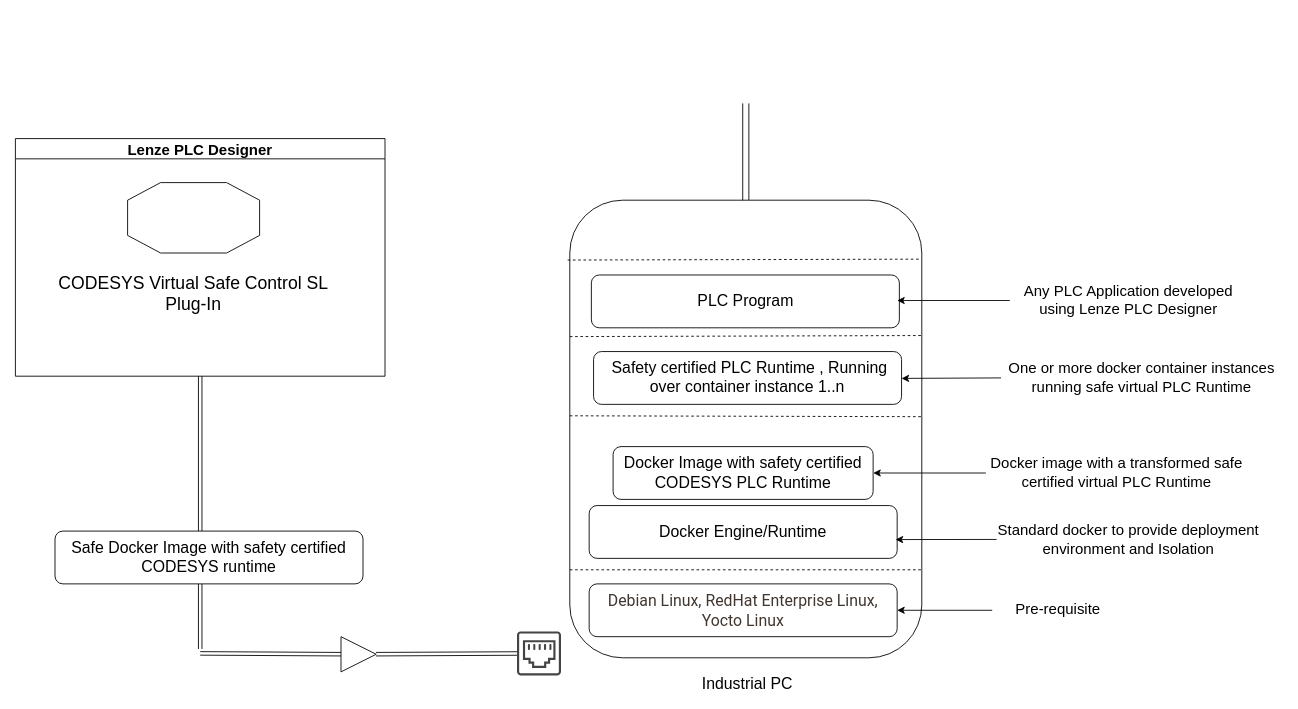
The draw.io diagram CODESYS Virtual Safe Control SL.drawio in praful-hunde/Diagrams, before the edit. Source tidied: cells renumbered, new cells numbered last; positions are measured from the earlier drawing's top-left corner, leaving out a move shared by most shapes. Both pictures are drawn from the tidied source at 88%, with x=0, y=0 at pixel (15, 103).
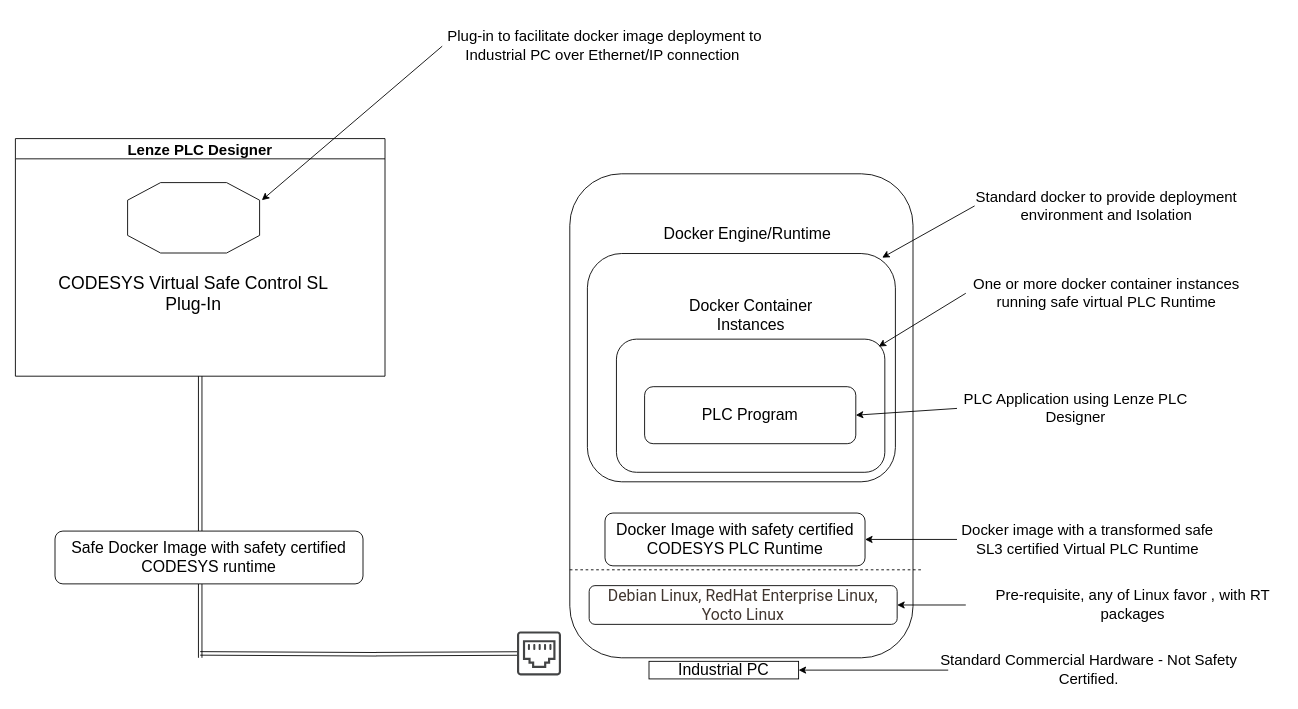
The same page after the edit.

The change refers to these unchanged cells:
```xml
<mxCell id="3" value="Lenze PLC Designer" style="swimlane;fontSize=17;" parent="1" vertex="1">
  <mxGeometry y="40" width="420" height="270" as="geometry" />
</mxCell>
<mxCell id="4" value="&lt;h2 style=&quot;text-wrap-mode: wrap; box-sizing: border-box; font-family: Montserrat, sans-serif; line-height: 1.1; color: rgb(51, 51, 51); margin-top: 20px; margin-bottom: 10px; text-align: start; background-color: rgb(255, 255, 255);&quot;&gt;&lt;br&gt;&lt;/h2&gt;" style="verticalLabelPosition=bottom;verticalAlign=top;html=1;shape=mxgraph.basic.polygon;polyCoords=[[0.25,0],[0.75,0],[1,0.25],[1,0.75],[0.75,1],[0.25,1],[0,0.75],[0,0.25]];polyline=0;" parent="3" vertex="1">
  <mxGeometry x="127.5" y="50" width="150" height="80" as="geometry" />
</mxCell>
<mxCell id="9" style="sketch=0;shadow=0;dashed=0;html=1;strokeColor=none;fillColor=#434445;labelPosition=center;verticalLabelPosition=bottom;verticalAlign=top;align=center;outlineConnect=0;shape=mxgraph.vvd.ethernet_port;" parent="1" vertex="1">
  <mxGeometry x="570" y="600" width="50" height="50" as="geometry" />
</mxCell>
```

Diff of the diagram source:
```diff
@@
     <mxCell id="2" style="rounded=1;whiteSpace=wrap;html=1;" parent="1" vertex="1">
-      <mxGeometry x="630" y="110" width="400" height="520" as="geometry" />
+      <mxGeometry x="630" y="80" width="390" height="550" as="geometry" />
     </mxCell>
@@
-    <mxCell id="6" value="Industrial PC" style="text;html=1;align=center;verticalAlign=middle;whiteSpace=wrap;rounded=0;fontSize=18;" parent="1" vertex="1">
-      <mxGeometry x="747" y="650" width="170" height="20" as="geometry" />
+    <mxCell id="6" value="Industrial PC" style="text;html=1;align=center;verticalAlign=middle;whiteSpace=wrap;rounded=0;fontSize=18;strokeColor=default;" parent="1" vertex="1">
+      <mxGeometry x="720" y="634" width="170" height="20" as="geometry" />
     </mxCell>
     <mxCell id="7" style="shape=link;html=1;rounded=0;exitX=0.5;exitY=1;exitDx=0;exitDy=0;" parent="1" edge="1" source="3">
       <mxGeometry relative="1" as="geometry">
-        <mxPoint x="210" y="620" as="targetPoint" />
+        <mxPoint x="210" y="630" as="targetPoint" />
       </mxGeometry>
     </mxCell>
-    <mxCell id="8" style="shape=link;html=1;rounded=0;" parent="1" edge="1" source="21" target="9">
-      <mxGeometry relative="1" as="geometry" />
+    <mxCell id="8" style="shape=link;html=1;rounded=0;" parent="1" edge="1" target="9">
+      <mxGeometry relative="1" as="geometry">
+        <mxPoint x="409.8" y="625.9" as="sourcePoint" />
+      </mxGeometry>
     </mxCell>
@@
     <mxCell id="11" value="&lt;span style=&quot;color: rgb(65, 54, 47); font-family: Roboto, Helvetica, Arial, sans-serif; text-align: start; background-color: rgb(255, 255, 255);&quot;&gt;&lt;font style=&quot;font-size: 18px;&quot;&gt;Debian Linux, RedHat Enterprise Linux, Yocto Linux&lt;/font&gt;&lt;/span&gt;" style="rounded=1;whiteSpace=wrap;html=1;fontSize=14;" parent="1" vertex="1">
-      <mxGeometry x="652" y="546" width="350" height="60" as="geometry" />
+      <mxGeometry x="652" y="548" width="350" height="44" as="geometry" />
     </mxCell>
@@
-    <mxCell id="13" value="&lt;font style=&quot;font-size: 18px;&quot;&gt;Docker Engine/Runtime&lt;/font&gt;" style="rounded=1;whiteSpace=wrap;html=1;fontSize=14;" parent="1" vertex="1">
-      <mxGeometry x="652" y="457" width="350" height="60" as="geometry" />
-    </mxCell>
@@
-    <mxCell id="15" style="endArrow=none;dashed=1;html=1;rounded=0;exitX=0;exitY=0.75;exitDx=0;exitDy=0;entryX=1.001;entryY=0.564;entryDx=0;entryDy=0;entryPerimeter=0;" parent="1" edge="1">
-      <mxGeometry relative="1" as="geometry">
-        <mxPoint x="630" y="355" as="sourcePoint" />
-        <mxPoint x="1030.4" y="356" as="targetPoint" />
-      </mxGeometry>
-    </mxCell>
-    <mxCell id="16" value="&lt;font style=&quot;font-size: 18px;&quot;&gt;&amp;nbsp;Safety certified PLC Runtime , Running over container instance 1..n&lt;/font&gt;" style="rounded=1;whiteSpace=wrap;html=1;fontSize=14;" parent="1" vertex="1">
-      <mxGeometry x="657" y="282" width="350" height="60" as="geometry" />
-    </mxCell>
-    <mxCell id="17" style="endArrow=none;dashed=1;html=1;rounded=0;exitX=0;exitY=0.75;exitDx=0;exitDy=0;entryX=0.998;entryY=0.42;entryDx=0;entryDy=0;entryPerimeter=0;" parent="1" edge="1">
-      <mxGeometry relative="1" as="geometry">
-        <mxPoint x="630" y="265" as="sourcePoint" />
-        <mxPoint x="1029.2" y="263.8" as="targetPoint" />
-      </mxGeometry>
-    </mxCell>
-    <mxCell id="18" value="&lt;font style=&quot;font-size: 18px;&quot;&gt;PLC Program&lt;/font&gt;" style="rounded=1;whiteSpace=wrap;html=1;fontSize=14;" parent="1" vertex="1">
-      <mxGeometry x="654.5" y="195" width="350" height="60" as="geometry" />
-    </mxCell>
-    <mxCell id="19" style="endArrow=none;dashed=1;html=1;rounded=0;exitX=0;exitY=0.75;exitDx=0;exitDy=0;entryX=0.998;entryY=0.42;entryDx=0;entryDy=0;entryPerimeter=0;" parent="1" edge="1">
-      <mxGeometry relative="1" as="geometry">
-        <mxPoint x="627.5" y="178" as="sourcePoint" />
-        <mxPoint x="1026.5" y="177" as="targetPoint" />
-      </mxGeometry>
-    </mxCell>
-    <mxCell id="20" style="shape=link;html=1;rounded=0;" parent="1" edge="1" target="21">
+    <mxCell id="20" style="shape=link;html=1;rounded=0;" parent="1" edge="1">
       <mxGeometry relative="1" as="geometry">
         <mxPoint x="210" y="625" as="sourcePoint" />
+        <mxPoint x="410" y="626" as="targetPoint" />
       </mxGeometry>
     </mxCell>
-    <mxCell id="21" style="triangle;whiteSpace=wrap;html=1;" parent="1" vertex="1">
-      <mxGeometry x="370" y="606" width="40" height="40" as="geometry" />
-    </mxCell>
-    <mxCell id="22" style="endArrow=classic;html=1;rounded=0;entryX=1;entryY=0.5;entryDx=0;entryDy=0;exitX=0;exitY=0.5;exitDx=0;exitDy=0;" parent="1" edge="1" source="23" target="11">
-      <mxGeometry relative="1" as="geometry" />
+    <mxCell id="22" style="endArrow=classic;html=1;rounded=0;entryX=1;entryY=0.5;entryDx=0;entryDy=0;" parent="1" edge="1" target="11">
+      <mxGeometry relative="1" as="geometry">
+        <mxPoint x="1080" y="570" as="sourcePoint" />
+      </mxGeometry>
     </mxCell>
-    <mxCell id="23" value="Pre-requisite" style="text;html=1;align=center;verticalAlign=middle;whiteSpace=wrap;rounded=0;fontSize=17;" parent="1" vertex="1">
-      <mxGeometry x="1110" y="556" width="150" height="40" as="geometry" />
+    <mxCell id="23" value="Pre-requisite, any of Linux favor , with RT packages" style="text;html=1;align=center;verticalAlign=middle;whiteSpace=wrap;rounded=0;fontSize=17;" parent="1" vertex="1">
+      <mxGeometry x="1100" y="550" width="340" height="40" as="geometry" />
     </mxCell>
+    <mxCell id="25" value="Standard docker to provide deployment environment and Isolation" style="text;html=1;align=center;verticalAlign=middle;whiteSpace=wrap;rounded=0;fontSize=17;" parent="1" vertex="1">
+      <mxGeometry x="1090" y="95" width="300" height="43" as="geometry" />
+    </mxCell>
-    <mxCell id="24" style="endArrow=classic;html=1;rounded=0;entryX=0.995;entryY=0.644;entryDx=0;entryDy=0;entryPerimeter=0;exitX=0;exitY=0.5;exitDx=0;exitDy=0;" parent="1" edge="1" source="25" target="13">
+    <mxCell id="24" style="endArrow=classic;html=1;rounded=0;entryX=0.957;entryY=0.018;entryDx=0;entryDy=0;exitX=0;exitY=0.5;exitDx=0;exitDy=0;entryPerimeter=0;" parent="1" edge="1" source="25" target="13">
       <mxGeometry relative="1" as="geometry" />
     </mxCell>
-    <mxCell id="25" value="Standard docker to provide deployment environment and Isolation" style="text;html=1;align=center;verticalAlign=middle;whiteSpace=wrap;rounded=0;fontSize=17;" parent="1" vertex="1">
-      <mxGeometry x="1115" y="474" width="300" height="43" as="geometry" />
-    </mxCell>
-    <mxCell id="26" style="endArrow=classic;html=1;rounded=0;entryX=1;entryY=0.5;entryDx=0;entryDy=0;exitX=0;exitY=0.5;exitDx=0;exitDy=0;" parent="1" edge="1" source="27">
-      <mxGeometry relative="1" as="geometry">
-        <mxPoint x="1002" y="224" as="targetPoint" />
-      </mxGeometry>
-    </mxCell>
-    <mxCell id="27" value="Any PLC Application developed using Lenze PLC Designer" style="text;html=1;align=center;verticalAlign=middle;whiteSpace=wrap;rounded=0;fontSize=17;" parent="1" vertex="1">
-      <mxGeometry x="1130" y="204" width="270" height="40" as="geometry" />
+    <mxCell id="27" value="PLC Application using Lenze PLC Designer" style="text;html=1;align=center;verticalAlign=middle;whiteSpace=wrap;rounded=0;fontSize=17;" parent="1" vertex="1">
+      <mxGeometry x="1070" y="326.6" width="270" height="40" as="geometry" />
     </mxCell>
     <mxCell id="28" value="&lt;font style=&quot;font-size: 18px;&quot;&gt;Docker Image with safety certified CODESYS PLC Runtime&lt;/font&gt;" style="rounded=1;whiteSpace=wrap;html=1;fontSize=14;" parent="1" vertex="1">
-      <mxGeometry x="679.2" y="390" width="295.5" height="60" as="geometry" />
+      <mxGeometry x="670" y="465.5" width="295.5" height="60" as="geometry" />
     </mxCell>
-    <mxCell id="29" style="endArrow=classic;html=1;rounded=0;entryX=0.995;entryY=0.644;entryDx=0;entryDy=0;entryPerimeter=0;exitX=0;exitY=0.5;exitDx=0;exitDy=0;" parent="1" edge="1" source="30">
-      <mxGeometry relative="1" as="geometry">
-        <mxPoint x="1007" y="312.5" as="targetPoint" />
-      </mxGeometry>
-    </mxCell>
     <mxCell id="30" value="One or more docker container instances running safe virtual PLC Runtime" style="text;html=1;align=center;verticalAlign=middle;whiteSpace=wrap;rounded=0;fontSize=17;" parent="1" vertex="1">
-      <mxGeometry x="1120" y="277.2" width="320" height="69.5" as="geometry" />
+      <mxGeometry x="1080" y="181" width="320" height="69.5" as="geometry" />
     </mxCell>
-    <mxCell id="31" style="endArrow=classic;html=1;rounded=0;entryX=1;entryY=0.5;entryDx=0;entryDy=0;exitX=0;exitY=0.5;exitDx=0;exitDy=0;" parent="1" edge="1" source="32">
-      <mxGeometry relative="1" as="geometry">
-        <mxPoint x="974.8" y="420" as="targetPoint" />
-      </mxGeometry>
+    <mxCell id="31" style="endArrow=classic;html=1;rounded=0;entryX=1;entryY=0.5;entryDx=0;entryDy=0;exitX=0;exitY=0.5;exitDx=0;exitDy=0;" parent="1" edge="1" source="32" target="28">
+      <mxGeometry relative="1" as="geometry" />
     </mxCell>
-    <mxCell id="32" value="Docker image with a transformed safe certified virtual PLC Runtime" style="text;html=1;align=center;verticalAlign=middle;whiteSpace=wrap;rounded=0;fontSize=17;" parent="1" vertex="1">
-      <mxGeometry x="1102.8" y="400" width="297.2" height="40" as="geometry" />
+    <mxCell id="32" value="Docker image with a transformed safe SL3 certified Virtual PLC Runtime" style="text;html=1;align=center;verticalAlign=middle;whiteSpace=wrap;rounded=0;fontSize=17;" parent="1" vertex="1">
+      <mxGeometry x="1070" y="475.5" width="297.2" height="40" as="geometry" />
     </mxCell>
-    <mxCell id="33" style="shape=link;html=1;rounded=0;exitX=0.5;exitY=0;exitDx=0;exitDy=0;width=7;" parent="1" edge="1" source="2">
-      <mxGeometry relative="1" as="geometry">
-        <mxPoint x="830" as="targetPoint" />
-      </mxGeometry>
-    </mxCell>
+    <mxCell id="34" style="group;" parent="1" vertex="1">
+      <mxGeometry x="670" y="95" width="350" height="335" as="geometry" />
+    </mxCell>
+    <mxCell id="13" style="rounded=1;whiteSpace=wrap;html=1;fontSize=14;" parent="34" vertex="1">
+      <mxGeometry x="-20" y="75.6" width="350" height="259.4" as="geometry" />
+    </mxCell>
+    <mxCell id="16" style="rounded=1;whiteSpace=wrap;html=1;fontSize=14;" parent="34" vertex="1">
+      <mxGeometry x="13" y="172.9" width="305" height="151.3" as="geometry" />
+    </mxCell>
+    <mxCell id="18" value="&lt;font style=&quot;font-size: 18px;&quot;&gt;PLC Program&lt;/font&gt;" style="rounded=1;whiteSpace=wrap;html=1;fontSize=14;" parent="34" vertex="1">
+      <mxGeometry x="45" y="226.9" width="240" height="64.8" as="geometry" />
+    </mxCell>
+    <mxCell id="35" value="Docker Engine/Runtime" style="text;html=1;align=center;verticalAlign=middle;whiteSpace=wrap;rounded=0;fontSize=18;" parent="34" vertex="1">
+      <mxGeometry x="52" y="32.4" width="220" height="43.2" as="geometry" />
+    </mxCell>
+    <mxCell id="36" value="Docker Container Instances" style="text;html=1;align=center;verticalAlign=middle;whiteSpace=wrap;rounded=0;fontSize=18;" parent="34" vertex="1">
+      <mxGeometry x="55.5" y="118.9" width="220" height="54" as="geometry" />
+    </mxCell>
+    <mxCell id="26" style="endArrow=classic;html=1;rounded=0;entryX=1;entryY=0.5;entryDx=0;entryDy=0;exitX=0;exitY=0.5;exitDx=0;exitDy=0;" parent="1" edge="1" source="27" target="18">
+      <mxGeometry relative="1" as="geometry" />
+    </mxCell>
+    <mxCell id="29" style="endArrow=classic;html=1;rounded=0;entryX=0.977;entryY=0.056;entryDx=0;entryDy=0;exitX=0;exitY=0.5;exitDx=0;exitDy=0;entryPerimeter=0;" parent="1" edge="1" source="30" target="16">
+      <mxGeometry relative="1" as="geometry" />
+    </mxCell>
+    <mxCell id="37" style="endArrow=classic;html=1;rounded=0;entryX=1;entryY=0.5;entryDx=0;entryDy=0;" parent="1" edge="1" target="6">
+      <mxGeometry relative="1" as="geometry">
+        <mxPoint x="1060" y="644" as="sourcePoint" />
+      </mxGeometry>
+    </mxCell>
+    <mxCell id="38" value="Standard Commercial Hardware - Not Safety Certified." style="text;html=1;align=center;verticalAlign=middle;whiteSpace=wrap;rounded=0;fontSize=17;" parent="1" vertex="1">
+      <mxGeometry x="1050" y="624" width="340" height="40" as="geometry" />
+    </mxCell>
+    <mxCell id="39" value="&amp;nbsp;Plug-in to facilitate docker image deployment to Industrial PC over Ethernet/IP connection" style="text;html=1;align=center;verticalAlign=middle;whiteSpace=wrap;rounded=0;fontSize=17;" parent="1" vertex="1">
+      <mxGeometry x="485" y="-100" width="365" height="70" as="geometry" />
+    </mxCell>
+    <mxCell id="40" style="endArrow=classic;html=1;rounded=0;entryX=1.017;entryY=0.25;entryDx=0;entryDy=0;exitX=0;exitY=0.5;exitDx=0;exitDy=0;entryPerimeter=0;" parent="1" edge="1" source="39" target="4">
+      <mxGeometry relative="1" as="geometry" />
+    </mxCell>
```
